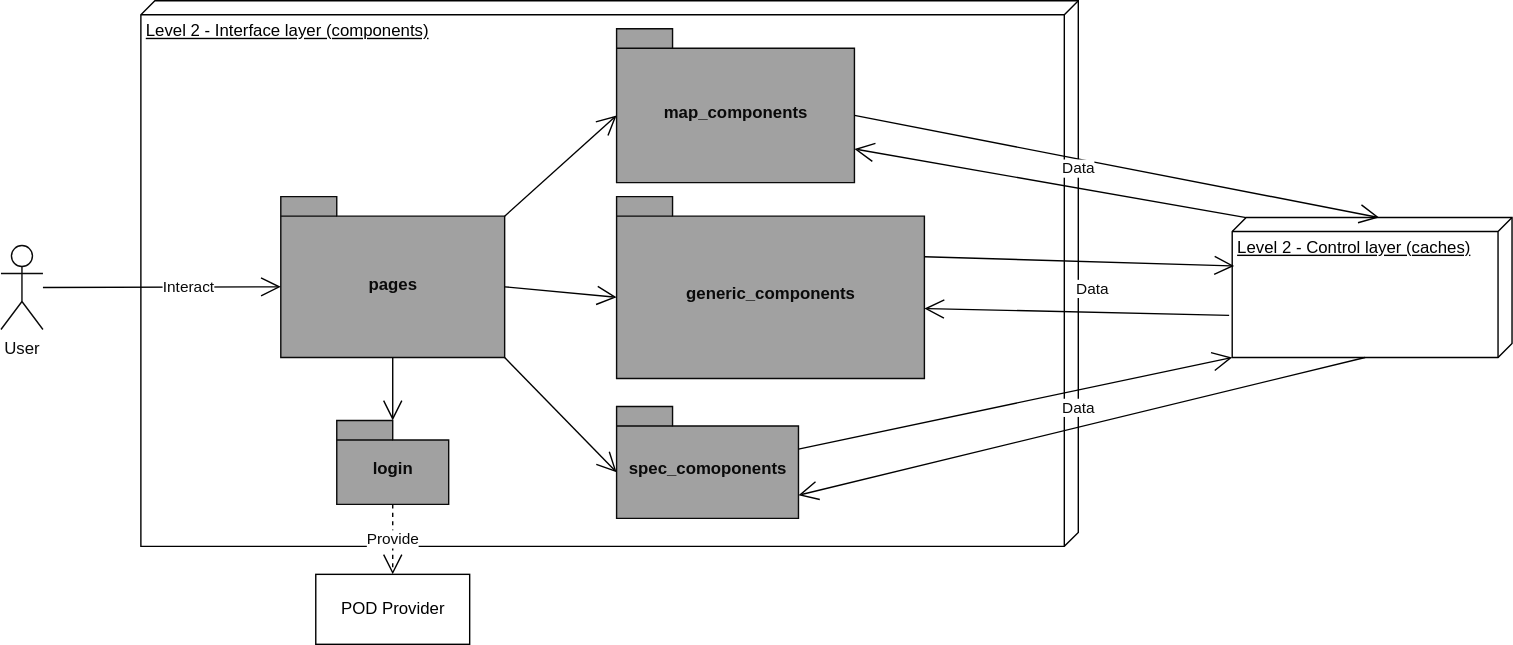
Earlier version of the draw.io export src/docs/images/05_BuildingBlocks-Level 2 - Interface.svg (Arquisoft/viade_en2b). Source tidied: cells renumbered, new cells last; positions are measured from the earlier drawing's top-left corner, leaving out a move shared by most shapes.
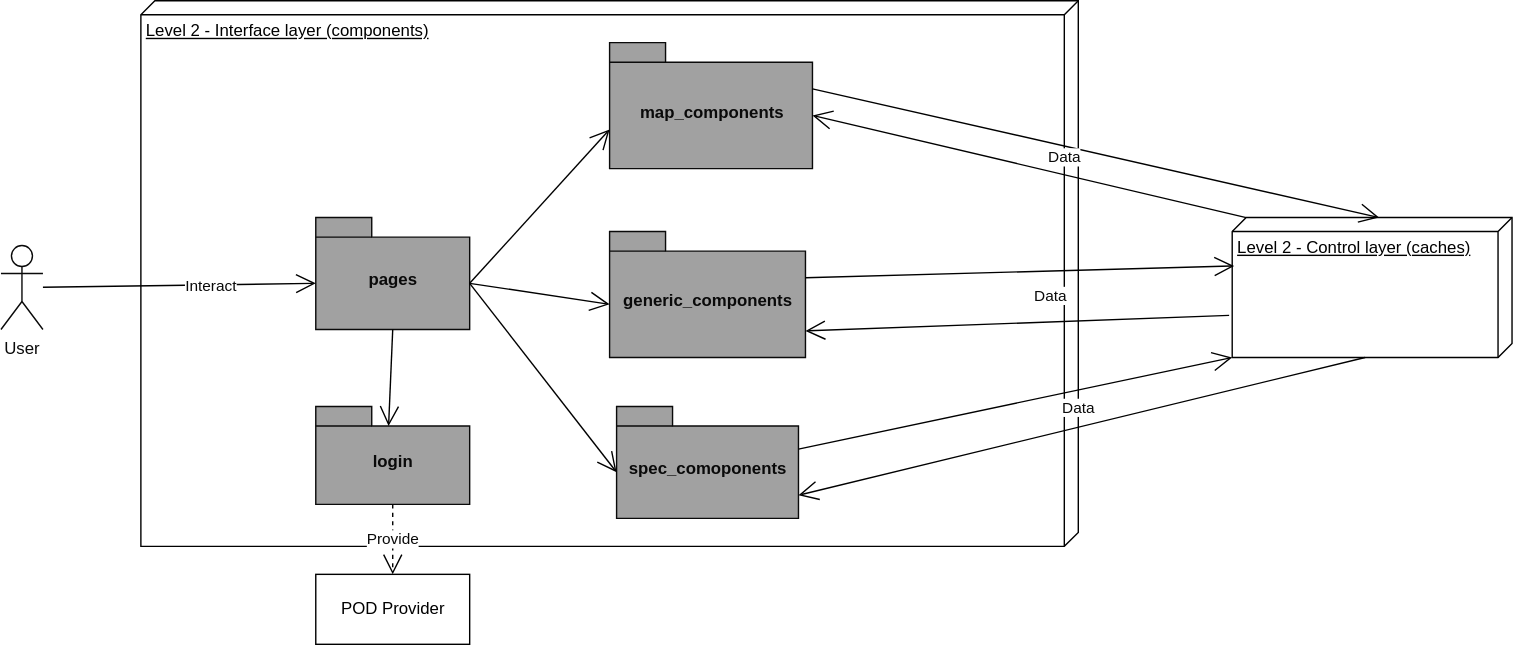
Later version of the same file.

Diff of the diagram source:
```diff
@@ -9,21 +9,21 @@
       <mxGeometry y="175" width="30" height="60" as="geometry" />
     </mxCell>
     <mxCell id="4" value="login" style="shape=folder;fontStyle=1;spacingTop=10;tabWidth=40;tabHeight=14;tabPosition=left;html=1;strokeColor=#0A0A0A;fillColor=#A1A1A1;fontColor=#0A0A0A;" parent="1" vertex="1">
-      <mxGeometry x="240" y="300" width="80" height="60" as="geometry" />
+      <mxGeometry x="225" y="290" width="110" height="70" as="geometry" />
     </mxCell>
     <mxCell id="5" value="generic_components" style="shape=folder;fontStyle=1;spacingTop=10;tabWidth=40;tabHeight=14;tabPosition=left;html=1;strokeColor=#0A0A0A;fillColor=#A1A1A1;fontColor=#0A0A0A;" parent="1" vertex="1">
-      <mxGeometry x="440" y="140" width="220" height="130" as="geometry" />
+      <mxGeometry x="435" y="165" width="140" height="90" as="geometry" />
     </mxCell>
     <mxCell id="6" value="map_components" style="shape=folder;fontStyle=1;spacingTop=10;tabWidth=40;tabHeight=14;tabPosition=left;html=1;strokeColor=#0A0A0A;fillColor=#A1A1A1;fontColor=#0A0A0A;" parent="1" vertex="1">
-      <mxGeometry x="440" y="20" width="170" height="110" as="geometry" />
+      <mxGeometry x="435" y="30" width="145" height="90" as="geometry" />
     </mxCell>
     <mxCell id="7" value="pages" style="shape=folder;fontStyle=1;spacingTop=10;tabWidth=40;tabHeight=14;tabPosition=left;html=1;strokeColor=#0A0A0A;fillColor=#A1A1A1;fontColor=#0A0A0A;shadow=0;comic=0;gradientColor=none;" parent="1" vertex="1">
-      <mxGeometry x="200" y="140" width="160" height="115" as="geometry" />
+      <mxGeometry x="225" y="155" width="110" height="80" as="geometry" />
     </mxCell>
     <mxCell id="8" value="spec_comoponents" style="shape=folder;fontStyle=1;spacingTop=10;tabWidth=40;tabHeight=14;tabPosition=left;html=1;strokeColor=#0A0A0A;fillColor=#A1A1A1;fontColor=#0A0A0A;" parent="1" vertex="1">
       <mxGeometry x="440" y="290" width="130" height="80" as="geometry" />
     </mxCell>
-    <mxCell id="9" style="endArrow=open;endFill=1;endSize=12;html=1;fontColor=#0A0A0A;entryX=0;entryY=0;entryDx=0;entryDy=64.5;entryPerimeter=0;" parent="1" edge="1" source="3" target="7">
+    <mxCell id="9" style="endArrow=open;endFill=1;endSize=12;html=1;fontColor=#0A0A0A;entryX=0;entryY=0;entryDx=0;entryDy=47;entryPerimeter=0;" parent="1" edge="1" source="3" target="7">
       <mxGeometry relative="1" as="geometry" />
     </mxCell>
     <mxCell id="10" value="Interact" style="edgeLabel;html=1;align=center;verticalAlign=middle;fontColor=#0A0A0A;" parent="9" vertex="1">
@@ -35,25 +35,25 @@
     <mxCell id="12" value="Provide" style="endArrow=open;endSize=12;dashed=1;html=1;fontColor=#0A0A0A;exitX=0.5;exitY=1;exitDx=0;exitDy=0;exitPerimeter=0;" parent="1" edge="1" source="4" target="11">
       <mxGeometry relative="1" as="geometry" />
     </mxCell>
-    <mxCell id="13" style="endArrow=open;endFill=1;endSize=12;html=1;fontColor=#0A0A0A;exitX=0.5;exitY=1;exitDx=0;exitDy=0;exitPerimeter=0;entryX=0;entryY=0;entryDx=40;entryDy=0;entryPerimeter=0;" parent="1" edge="1" source="7" target="4">
+    <mxCell id="13" style="endArrow=open;endFill=1;endSize=12;html=1;fontColor=#0A0A0A;exitX=0.5;exitY=1;exitDx=0;exitDy=0;exitPerimeter=0;entryX=0.473;entryY=0.2;entryDx=0;entryDy=0;entryPerimeter=0;" parent="1" edge="1" source="7" target="4">
       <mxGeometry relative="1" as="geometry" />
     </mxCell>
-    <mxCell id="14" style="endArrow=open;endFill=1;endSize=12;html=1;fontColor=#0A0A0A;exitX=0;exitY=0;exitDx=160;exitDy=115;exitPerimeter=0;entryX=0;entryY=0;entryDx=0;entryDy=47;entryPerimeter=0;" parent="1" edge="1" source="7" target="8">
+    <mxCell id="14" style="endArrow=open;endFill=1;endSize=12;html=1;fontColor=#0A0A0A;exitX=0;exitY=0;exitDx=110;exitDy=47;exitPerimeter=0;entryX=0;entryY=0;entryDx=0;entryDy=47;entryPerimeter=0;" parent="1" edge="1" source="7" target="8">
       <mxGeometry relative="1" as="geometry" />
     </mxCell>
-    <mxCell id="15" style="endArrow=open;endFill=1;endSize=12;html=1;fontColor=#0A0A0A;exitX=0;exitY=0;exitDx=160;exitDy=64.5;exitPerimeter=0;entryX=0;entryY=0;entryDx=0;entryDy=72;entryPerimeter=0;" parent="1" edge="1" source="7" target="5">
+    <mxCell id="15" style="endArrow=open;endFill=1;endSize=12;html=1;fontColor=#0A0A0A;exitX=0;exitY=0;exitDx=110;exitDy=47;exitPerimeter=0;entryX=0;entryY=0;entryDx=0;entryDy=52;entryPerimeter=0;" parent="1" edge="1" source="7" target="5">
       <mxGeometry relative="1" as="geometry" />
     </mxCell>
-    <mxCell id="16" style="endArrow=open;endFill=1;endSize=12;html=1;fontColor=#0A0A0A;exitX=0;exitY=0;exitDx=160;exitDy=14;exitPerimeter=0;entryX=0;entryY=0;entryDx=0;entryDy=62;entryPerimeter=0;" parent="1" edge="1" source="7" target="6">
+    <mxCell id="16" style="endArrow=open;endFill=1;endSize=12;html=1;fontColor=#0A0A0A;exitX=0;exitY=0;exitDx=110;exitDy=47;exitPerimeter=0;entryX=0;entryY=0;entryDx=0;entryDy=62;entryPerimeter=0;" parent="1" edge="1" source="7" target="6">
       <mxGeometry relative="1" as="geometry" />
     </mxCell>
     <mxCell id="17" value="Level 2 - Control layer (caches)" style="verticalAlign=top;align=left;spacingTop=8;spacingLeft=2;spacingRight=12;shape=cube;size=10;direction=south;fontStyle=4;html=1;" parent="1" vertex="1">
       <mxGeometry x="880" y="155" width="200" height="100" as="geometry" />
     </mxCell>
-    <mxCell id="18" style="endArrow=open;endFill=1;endSize=12;html=1;fontColor=#0A0A0A;exitX=0;exitY=0;exitDx=170;exitDy=62;exitPerimeter=0;entryX=0;entryY=0;entryDx=0;entryDy=95;entryPerimeter=0;" parent="1" edge="1" source="6" target="17">
+    <mxCell id="18" style="endArrow=open;endFill=1;endSize=12;html=1;fontColor=#0A0A0A;exitX=0;exitY=0;exitDx=145;exitDy=33;exitPerimeter=0;entryX=0;entryY=0;entryDx=0;entryDy=95;entryPerimeter=0;" parent="1" edge="1" source="6" target="17">
       <mxGeometry relative="1" as="geometry" />
     </mxCell>
-    <mxCell id="19" style="endArrow=open;endFill=1;endSize=12;html=1;fontColor=#0A0A0A;exitX=0;exitY=0;exitDx=0;exitDy=190;exitPerimeter=0;entryX=0;entryY=0;entryDx=170;entryDy=86;entryPerimeter=0;" parent="1" edge="1" source="17" target="6">
+    <mxCell id="19" style="endArrow=open;endFill=1;endSize=12;html=1;fontColor=#0A0A0A;exitX=0;exitY=0;exitDx=0;exitDy=190;exitPerimeter=0;entryX=0;entryY=0;entryDx=145;entryDy=52;entryPerimeter=0;" parent="1" edge="1" source="17" target="6">
       <mxGeometry relative="1" as="geometry" />
     </mxCell>
     <mxCell id="20" value="Data" style="edgeLabel;html=1;align=center;verticalAlign=middle;fontColor=#0A0A0A;" parent="19" vertex="1">
@@ -61,13 +61,11 @@
         <mxPoint x="-23.6" y="-19.1" as="offset" />
       </mxGeometry>
     </mxCell>
-    <mxCell id="21" style="endArrow=open;endFill=1;endSize=12;html=1;fontColor=#0A0A0A;exitX=0;exitY=0;exitDx=220;exitDy=43;exitPerimeter=0;entryX=0.346;entryY=0.993;entryDx=0;entryDy=0;entryPerimeter=0;" parent="1" edge="1" source="5" target="17">
+    <mxCell id="21" style="endArrow=open;endFill=1;endSize=12;html=1;fontColor=#0A0A0A;exitX=0;exitY=0;exitDx=140;exitDy=33;exitPerimeter=0;entryX=0.346;entryY=0.993;entryDx=0;entryDy=0;entryPerimeter=0;" parent="1" edge="1" source="5" target="17">
       <mxGeometry relative="1" as="geometry" />
     </mxCell>
-    <mxCell id="22" style="endArrow=open;endFill=1;endSize=12;html=1;fontColor=#0A0A0A;exitX=0.699;exitY=1.011;exitDx=0;exitDy=0;exitPerimeter=0;" parent="1" edge="1" source="17">
-      <mxGeometry relative="1" as="geometry">
-        <mxPoint x="660" y="220" as="targetPoint" />
-      </mxGeometry>
+    <mxCell id="22" style="endArrow=open;endFill=1;endSize=12;html=1;fontColor=#0A0A0A;exitX=0.699;exitY=1.011;exitDx=0;exitDy=0;exitPerimeter=0;entryX=0;entryY=0;entryDx=140;entryDy=71;entryPerimeter=0;" parent="1" edge="1" source="17" target="5">
+      <mxGeometry relative="1" as="geometry" />
     </mxCell>
     <mxCell id="23" value="Data" style="edgeLabel;html=1;align=center;verticalAlign=middle;fontColor=#0A0A0A;" parent="22" vertex="1">
       <mxGeometry x="-0.31" y="1" relative="1" as="geometry">
```
